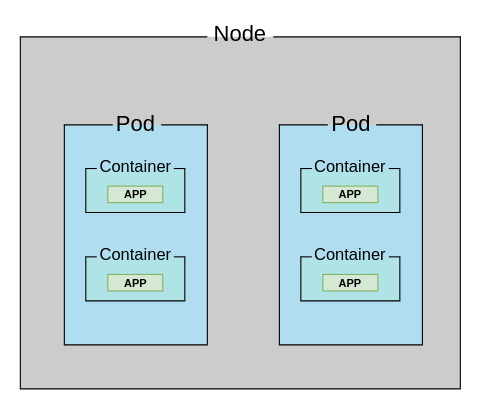
This is pod.drawio from realten/draw.io, a draw.io file, before an edit. Source tidied: cells renumbered, new cells numbered last; positions are measured from the earlier drawing's top-left corner, leaving out a move shared by most shapes. Both pictures are drawn from the tidied source at 110%, with x=0, y=0 at pixel (20, 36).
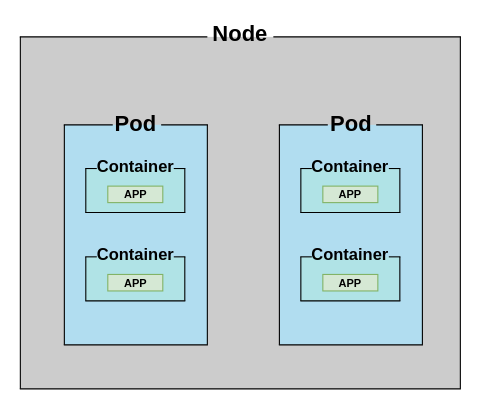
The same diagram, later.

Diff of the diagram source:
```diff
@@
-    <mxCell id="2" value="Node" style="rounded=0;whiteSpace=wrap;html=1;fillColor=#CCCCCC;strokeColor=none;fontSize=20;fontFamily=맑은 고딕;labelPosition=center;verticalLabelPosition=top;align=center;verticalAlign=bottom;spacingBottom=-11;" parent="1" vertex="1">
+    <mxCell id="2" value="&lt;b&gt;Node&lt;/b&gt;" style="rounded=0;whiteSpace=wrap;html=1;fillColor=#CCCCCC;strokeColor=none;fontSize=20;fontFamily=맑은 고딕;labelPosition=center;verticalLabelPosition=top;align=center;verticalAlign=bottom;spacingBottom=-11;" parent="1" vertex="1">
       <mxGeometry width="400" height="320" as="geometry" />
     </mxCell>
-    <mxCell id="3" value="Pod" style="rounded=0;whiteSpace=wrap;html=1;fontSize=20;fillColor=#b1ddf0;strokeColor=none;labelPosition=center;verticalLabelPosition=top;align=center;verticalAlign=bottom;spacingBottom=-13;fontFamily=맑은 고딕;" parent="1" vertex="1">
+    <mxCell id="3" value="&lt;b&gt;Pod&lt;/b&gt;" style="rounded=0;whiteSpace=wrap;html=1;fontSize=20;fillColor=#b1ddf0;strokeColor=none;labelPosition=center;verticalLabelPosition=top;align=center;verticalAlign=bottom;spacingBottom=-13;fontFamily=맑은 고딕;" parent="1" vertex="1">
       <mxGeometry x="40" y="80" width="130" height="200" as="geometry" />
     </mxCell>
-    <mxCell id="4" value="&lt;font style=&quot;font-size: 15px ; line-height: 1.2&quot;&gt;Container&lt;/font&gt;" style="rounded=0;whiteSpace=wrap;html=1;fontFamily=맑은 고딕;fontSize=20;fillColor=#b0e3e6;strokeColor=none;verticalAlign=bottom;labelPosition=center;verticalLabelPosition=top;align=center;spacingBottom=-10;labelBackgroundColor=none;glass=0;perimeterSpacing=0;strokeWidth=0;" parent="1" vertex="1">
+    <mxCell id="4" value="&lt;font style=&quot;font-size: 15px ; line-height: 1.2&quot;&gt;&lt;b&gt;Container&lt;/b&gt;&lt;/font&gt;" style="rounded=0;whiteSpace=wrap;html=1;fontFamily=맑은 고딕;fontSize=20;fillColor=#b0e3e6;strokeColor=none;verticalAlign=bottom;labelPosition=center;verticalLabelPosition=top;align=center;spacingBottom=-10;labelBackgroundColor=none;glass=0;perimeterSpacing=0;strokeWidth=0;" parent="1" vertex="1">
       <mxGeometry x="59.5" y="200" width="90" height="40" as="geometry" />
     </mxCell>
@@
-    <mxCell id="16" value="&lt;font style=&quot;font-size: 15px ; line-height: 1.2&quot;&gt;Container&lt;/font&gt;" style="rounded=0;whiteSpace=wrap;html=1;fontFamily=맑은 고딕;fontSize=20;fillColor=#b0e3e6;strokeColor=none;verticalAlign=bottom;labelPosition=center;verticalLabelPosition=top;align=center;spacingBottom=-10;labelBackgroundColor=none;glass=0;perimeterSpacing=0;strokeWidth=0;" parent="1" vertex="1">
+    <mxCell id="16" value="&lt;font style=&quot;font-size: 15px ; line-height: 1.2&quot;&gt;&lt;b&gt;Container&lt;/b&gt;&lt;/font&gt;" style="rounded=0;whiteSpace=wrap;html=1;fontFamily=맑은 고딕;fontSize=20;fillColor=#b0e3e6;strokeColor=none;verticalAlign=bottom;labelPosition=center;verticalLabelPosition=top;align=center;spacingBottom=-10;labelBackgroundColor=none;glass=0;perimeterSpacing=0;strokeWidth=0;" parent="1" vertex="1">
       <mxGeometry x="59.5" y="119.7" width="90" height="40" as="geometry" />
     </mxCell>
@@
-    <mxCell id="23" value="Pod" style="rounded=0;whiteSpace=wrap;html=1;fontSize=20;fillColor=#b1ddf0;strokeColor=none;labelPosition=center;verticalLabelPosition=top;align=center;verticalAlign=bottom;spacingBottom=-13;fontFamily=맑은 고딕;" parent="1" vertex="1">
+    <mxCell id="23" value="&lt;b&gt;Pod&lt;/b&gt;" style="rounded=0;whiteSpace=wrap;html=1;fontSize=20;fillColor=#b1ddf0;strokeColor=none;labelPosition=center;verticalLabelPosition=top;align=center;verticalAlign=bottom;spacingBottom=-13;fontFamily=맑은 고딕;" parent="1" vertex="1">
       <mxGeometry x="235.5" y="80" width="130" height="200" as="geometry" />
     </mxCell>
-    <mxCell id="24" value="&lt;font style=&quot;font-size: 15px ; line-height: 1.2&quot;&gt;Container&lt;/font&gt;" style="rounded=0;whiteSpace=wrap;html=1;fontFamily=맑은 고딕;fontSize=20;fillColor=#b0e3e6;strokeColor=none;verticalAlign=bottom;labelPosition=center;verticalLabelPosition=top;align=center;spacingBottom=-10;labelBackgroundColor=none;glass=0;perimeterSpacing=0;strokeWidth=0;" parent="1" vertex="1">
+    <mxCell id="24" value="&lt;font style=&quot;font-size: 15px ; line-height: 1.2&quot;&gt;&lt;b&gt;Container&lt;/b&gt;&lt;/font&gt;" style="rounded=0;whiteSpace=wrap;html=1;fontFamily=맑은 고딕;fontSize=20;fillColor=#b0e3e6;strokeColor=none;verticalAlign=bottom;labelPosition=center;verticalLabelPosition=top;align=center;spacingBottom=-10;labelBackgroundColor=none;glass=0;perimeterSpacing=0;strokeWidth=0;" parent="1" vertex="1">
       <mxGeometry x="255" y="200" width="90" height="40" as="geometry" />
     </mxCell>
@@
     <mxCell id="34" style="endArrow=none;html=1;rounded=0;fontFamily=맑은 고딕;fontSize=15;fontColor=#000000;strokeColor=#000000;strokeWidth=1;startSize=6;entryX=0;entryY=0;entryDx=0;entryDy=0;exitX=0;exitY=0;exitDx=0;exitDy=0;" parent="1" edge="1">
       <mxGeometry relative="1" as="geometry">
         <mxPoint x="235" y="80" as="sourcePoint" />
         <mxPoint x="279.5" y="80" as="targetPoint" />
+        <Array as="points">
+          <mxPoint x="250" y="80" />
+        </Array>
       </mxGeometry>
     </mxCell>
@@
-    <mxCell id="36" value="&lt;font style=&quot;font-size: 15px ; line-height: 1.2&quot;&gt;Container&lt;/font&gt;" style="rounded=0;whiteSpace=wrap;html=1;fontFamily=맑은 고딕;fontSize=20;fillColor=#b0e3e6;strokeColor=none;verticalAlign=bottom;labelPosition=center;verticalLabelPosition=top;align=center;spacingBottom=-10;labelBackgroundColor=none;glass=0;perimeterSpacing=0;strokeWidth=0;" parent="1" vertex="1">
+    <mxCell id="36" value="&lt;font style=&quot;font-size: 15px ; line-height: 1.2&quot;&gt;&lt;b&gt;Container&lt;/b&gt;&lt;/font&gt;" style="rounded=0;whiteSpace=wrap;html=1;fontFamily=맑은 고딕;fontSize=20;fillColor=#b0e3e6;strokeColor=none;verticalAlign=bottom;labelPosition=center;verticalLabelPosition=top;align=center;spacingBottom=-10;labelBackgroundColor=none;glass=0;perimeterSpacing=0;strokeWidth=0;" parent="1" vertex="1">
       <mxGeometry x="255" y="119.7" width="90" height="40" as="geometry" />
     </mxCell>
```
